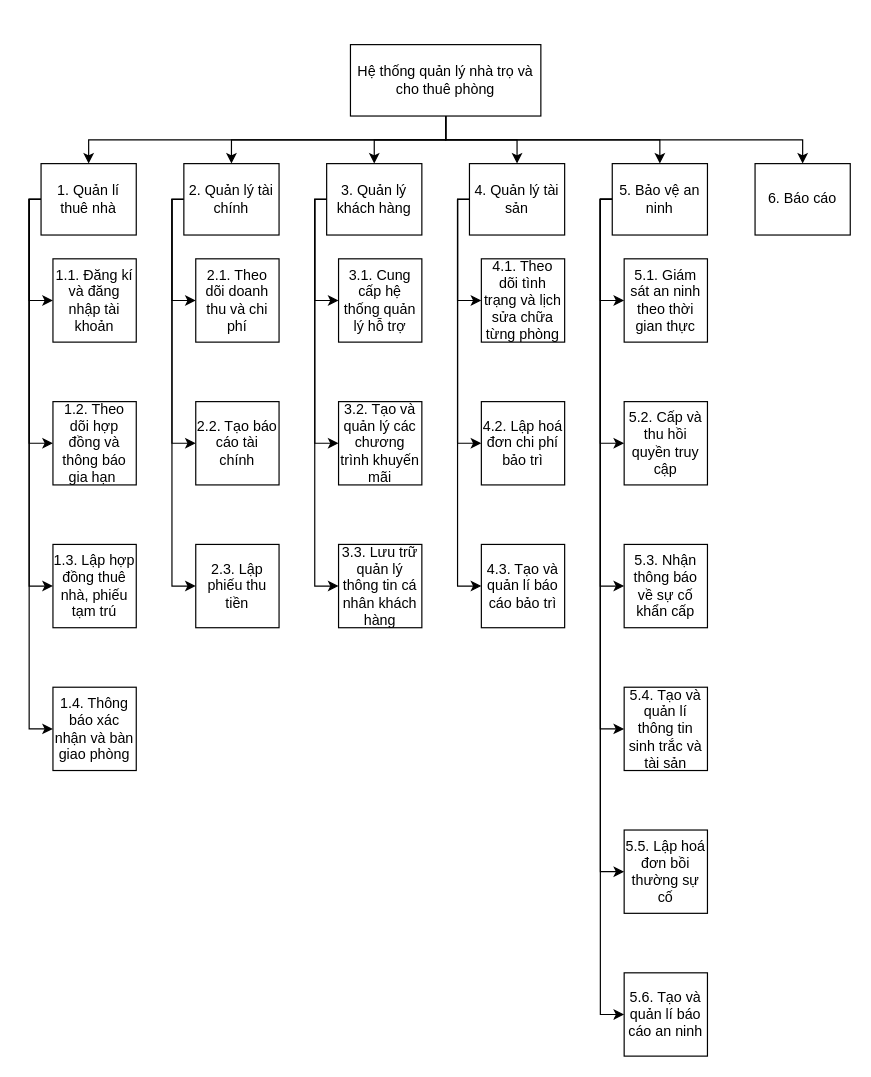
The draw.io diagram Phân tích thiết kế hệ thống/Tuan4_5/draw.io file/PhanRaChucNang.drawio in Nguyeniris123/DH22IT01OU, before the edit. Source tidied: cells renumbered, new cells numbered last; positions are measured from the earlier drawing's top-left corner, leaving out a move shared by most shapes. Both pictures are drawn from the tidied source at 119%, with x=0, y=0 at pixel (29, 44).
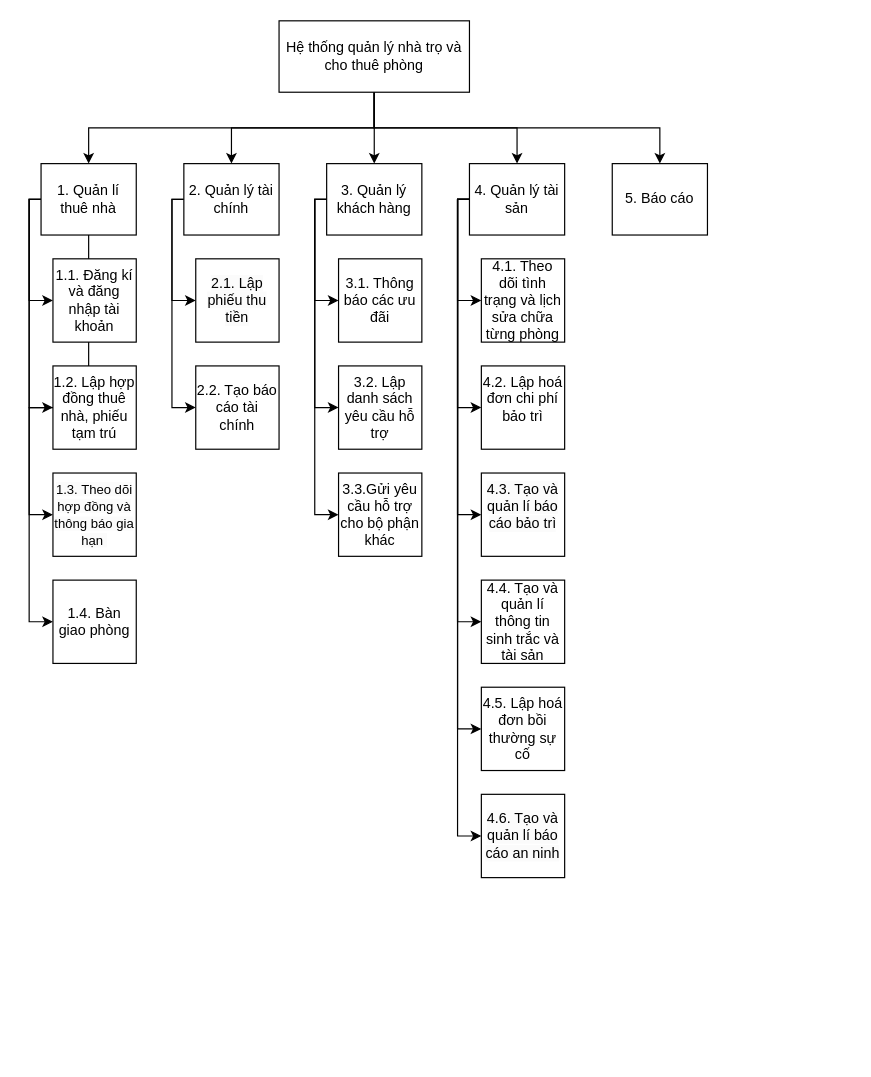
After the change.

Unchanged cells that the change refers to:
```xml
<mxCell id="12" value="3. Quản lý khách hàng" style="rounded=0;whiteSpace=wrap;html=1;" parent="1" vertex="1">
  <mxGeometry x="250" y="100" width="80" height="60" as="geometry" />
</mxCell>
<mxCell id="16" value="2. Quản lý tài chính" style="rounded=0;whiteSpace=wrap;html=1;" parent="1" vertex="1">
  <mxGeometry x="130" y="100" width="80" height="60" as="geometry" />
</mxCell>
<mxCell id="28" value="1. Quản lí thuê nhà" style="rounded=0;whiteSpace=wrap;html=1;" parent="1" vertex="1">
  <mxGeometry x="10" y="100" width="80" height="60" as="geometry" />
</mxCell>
<mxCell id="33" value="4. Quản lý tài sản" style="rounded=0;whiteSpace=wrap;html=1;" parent="1" vertex="1">
  <mxGeometry x="370" y="100" width="80" height="60" as="geometry" />
</mxCell>
```

The edit, as a diff of the source:
```diff
@@
-    <mxCell id="2" style="edgeStyle=orthogonalEdgeStyle;rounded=0;jettySize=auto;html=1;entryX=0.5;entryY=0;entryDx=0;entryDy=0;" parent="1" edge="1" source="8" target="28">
-      <mxGeometry relative="1" as="geometry">
-        <Array as="points">
-          <mxPoint x="350" y="80" />
-          <mxPoint x="50" y="80" />
-        </Array>
-      </mxGeometry>
-    </mxCell>
-    <mxCell id="3" style="edgeStyle=orthogonalEdgeStyle;rounded=0;jettySize=auto;html=1;entryX=0.5;entryY=0;entryDx=0;entryDy=0;" parent="1" edge="1" source="8" target="16">
-      <mxGeometry relative="1" as="geometry">
-        <Array as="points">
-          <mxPoint x="350" y="80" />
-          <mxPoint x="170" y="80" />
-        </Array>
-      </mxGeometry>
-    </mxCell>
@@
+    <mxCell id="3" style="edgeStyle=orthogonalEdgeStyle;rounded=0;jettySize=auto;html=1;entryX=0.5;entryY=0;entryDx=0;entryDy=0;" parent="1" edge="1" source="8" target="16">
+      <mxGeometry relative="1" as="geometry" />
+    </mxCell>
     <mxCell id="6" style="edgeStyle=orthogonalEdgeStyle;rounded=0;jettySize=auto;html=1;entryX=0.5;entryY=0;entryDx=0;entryDy=0;" parent="1" edge="1" source="8" target="23">
       <mxGeometry relative="1" as="geometry">
         <Array as="points">
-          <mxPoint x="350" y="80" />
-          <mxPoint x="530" y="80" />
+          <mxPoint x="290" y="70" />
+          <mxPoint x="530" y="70" />
         </Array>
       </mxGeometry>
     </mxCell>
-    <mxCell id="7" style="edgeStyle=orthogonalEdgeStyle;rounded=0;jettySize=auto;html=1;" parent="1" edge="1" source="8" target="29">
-      <mxGeometry relative="1" as="geometry">
-        <Array as="points">
-          <mxPoint x="350" y="80" />
-          <mxPoint x="650" y="80" />
-        </Array>
-      </mxGeometry>
-    </mxCell>
+    <mxCell id="2" style="edgeStyle=orthogonalEdgeStyle;rounded=0;jettySize=auto;html=1;entryX=0.5;entryY=0;entryDx=0;entryDy=0;" parent="1" edge="1" source="8" target="28">
+      <mxGeometry relative="1" as="geometry">
+        <Array as="points">
+          <mxPoint x="290" y="70" />
+          <mxPoint x="50" y="70" />
+        </Array>
+      </mxGeometry>
+    </mxCell>
     <mxCell id="8" value="Hệ thống quản lý nhà trọ và cho thuê phòng" style="rounded=0;whiteSpace=wrap;html=1;" parent="1" vertex="1">
-      <mxGeometry x="270" width="160" height="60" as="geometry" />
+      <mxGeometry x="210" y="-20" width="160" height="60" as="geometry" />
     </mxCell>
@@
     <mxCell id="10" style="edgeStyle=orthogonalEdgeStyle;rounded=0;jettySize=auto;html=1;entryX=0;entryY=0.5;entryDx=0;entryDy=0;" parent="1" edge="1" source="12" target="42">
       <mxGeometry relative="1" as="geometry">
         <Array as="points">
           <mxPoint x="240" y="130" />
-          <mxPoint x="240" y="335" />
+          <mxPoint x="240" y="305" />
         </Array>
       </mxGeometry>
     </mxCell>
-    <mxCell id="11" style="edgeStyle=orthogonalEdgeStyle;rounded=0;jettySize=auto;html=1;entryX=0;entryY=0.5;entryDx=0;entryDy=0;" parent="1" edge="1" source="12" target="41">
-      <mxGeometry relative="1" as="geometry">
-        <Array as="points">
-          <mxPoint x="240" y="130" />
-          <mxPoint x="240" y="455" />
-        </Array>
-      </mxGeometry>
-    </mxCell>
+    <mxCell id="53" style="edgeStyle=orthogonalEdgeStyle;rounded=0;jettySize=auto;html=1;entryX=0;entryY=0.5;entryDx=0;entryDy=0;" parent="1" edge="1" source="12" target="59">
+      <mxGeometry relative="1" as="geometry">
+        <Array as="points">
+          <mxPoint x="240" y="130" />
+          <mxPoint x="240" y="395" />
+        </Array>
+      </mxGeometry>
+    </mxCell>
@@
     <mxCell id="14" style="edgeStyle=orthogonalEdgeStyle;rounded=0;jettySize=auto;html=1;entryX=0;entryY=0.5;entryDx=0;entryDy=0;" parent="1" edge="1" source="16" target="39">
       <mxGeometry relative="1" as="geometry">
         <Array as="points">
           <mxPoint x="120" y="130" />
-          <mxPoint x="120" y="335" />
+          <mxPoint x="120" y="305" />
         </Array>
       </mxGeometry>
     </mxCell>
-    <mxCell id="15" style="edgeStyle=orthogonalEdgeStyle;rounded=0;jettySize=auto;html=1;entryX=0;entryY=0.5;entryDx=0;entryDy=0;" parent="1" edge="1" source="16" target="38">
-      <mxGeometry relative="1" as="geometry">
-        <Array as="points">
-          <mxPoint x="120" y="130" />
-          <mxPoint x="120" y="455" />
-        </Array>
-      </mxGeometry>
-    </mxCell>
@@
-    <mxCell id="17" style="edgeStyle=orthogonalEdgeStyle;rounded=0;jettySize=auto;html=1;entryX=0;entryY=0.5;entryDx=0;entryDy=0;" parent="1" edge="1" source="23" target="52">
-      <mxGeometry relative="1" as="geometry">
-        <Array as="points">
-          <mxPoint x="480" y="130" />
-          <mxPoint x="480" y="215" />
-        </Array>
-      </mxGeometry>
-    </mxCell>
-    <mxCell id="18" style="edgeStyle=orthogonalEdgeStyle;rounded=0;jettySize=auto;html=1;entryX=0;entryY=0.5;entryDx=0;entryDy=0;" parent="1" edge="1" source="23" target="51">
-      <mxGeometry relative="1" as="geometry">
-        <Array as="points">
-          <mxPoint x="480" y="130" />
-          <mxPoint x="480" y="335" />
-        </Array>
-      </mxGeometry>
-    </mxCell>
-    <mxCell id="19" style="edgeStyle=orthogonalEdgeStyle;rounded=0;jettySize=auto;html=1;entryX=0;entryY=0.5;entryDx=0;entryDy=0;" parent="1" edge="1" source="23" target="50">
-      <mxGeometry relative="1" as="geometry">
-        <Array as="points">
-          <mxPoint x="480" y="130" />
-          <mxPoint x="480" y="455" />
-        </Array>
-      </mxGeometry>
-    </mxCell>
-    <mxCell id="20" style="edgeStyle=orthogonalEdgeStyle;rounded=0;jettySize=auto;html=1;entryX=0;entryY=0.5;entryDx=0;entryDy=0;" parent="1" edge="1" source="23" target="49">
-      <mxGeometry relative="1" as="geometry">
-        <Array as="points">
-          <mxPoint x="480" y="130" />
-          <mxPoint x="480" y="575" />
-        </Array>
-      </mxGeometry>
-    </mxCell>
-    <mxCell id="21" style="edgeStyle=orthogonalEdgeStyle;rounded=0;jettySize=auto;html=1;entryX=0;entryY=0.5;entryDx=0;entryDy=0;" parent="1" edge="1" source="23" target="48">
-      <mxGeometry relative="1" as="geometry">
-        <Array as="points">
-          <mxPoint x="480" y="130" />
-          <mxPoint x="480" y="695" />
-        </Array>
-      </mxGeometry>
-    </mxCell>
-    <mxCell id="22" style="edgeStyle=orthogonalEdgeStyle;rounded=0;jettySize=auto;html=1;entryX=0;entryY=0.5;entryDx=0;entryDy=0;" parent="1" edge="1" source="23" target="47">
-      <mxGeometry relative="1" as="geometry">
-        <Array as="points">
-          <mxPoint x="480" y="130" />
-          <mxPoint x="480" y="815" />
-        </Array>
-      </mxGeometry>
-    </mxCell>
-    <mxCell id="23" value="5. Bảo vệ an ninh" style="rounded=0;whiteSpace=wrap;html=1;" parent="1" vertex="1">
+    <mxCell id="23" value="5. Báo cáo" style="rounded=0;whiteSpace=wrap;html=1;" parent="1" vertex="1">
       <mxGeometry x="490" y="100" width="80" height="60" as="geometry" />
     </mxCell>
@@
     <mxCell id="25" style="edgeStyle=orthogonalEdgeStyle;rounded=0;jettySize=auto;html=1;entryX=0;entryY=0.5;entryDx=0;entryDy=0;" parent="1" edge="1" source="28" target="35">
       <mxGeometry relative="1" as="geometry">
         <Array as="points">
           <mxPoint y="130" />
-          <mxPoint y="335" />
+          <mxPoint y="305" />
         </Array>
       </mxGeometry>
     </mxCell>
     <mxCell id="26" style="edgeStyle=orthogonalEdgeStyle;rounded=0;jettySize=auto;html=1;entryX=0;entryY=0.5;entryDx=0;entryDy=0;" parent="1" edge="1" source="28" target="36">
       <mxGeometry relative="1" as="geometry">
         <Array as="points">
           <mxPoint y="130" />
-          <mxPoint y="455" />
+          <mxPoint y="395" />
         </Array>
       </mxGeometry>
     </mxCell>
-    <mxCell id="27" style="edgeStyle=orthogonalEdgeStyle;rounded=0;jettySize=auto;html=1;entryX=0;entryY=0.5;entryDx=0;entryDy=0;" parent="1" edge="1" source="28" target="37">
-      <mxGeometry relative="1" as="geometry">
-        <Array as="points">
-          <mxPoint y="130" />
-          <mxPoint y="575" />
-        </Array>
-      </mxGeometry>
-    </mxCell>
+    <mxCell id="54" style="edgeStyle=orthogonalEdgeStyle;rounded=0;jettySize=auto;html=1;entryX=0;entryY=0.5;entryDx=0;entryDy=0;" parent="1" edge="1" source="28" target="58">
+      <mxGeometry relative="1" as="geometry" />
+    </mxCell>
@@
-    <mxCell id="29" value="6. Báo cáo" style="rounded=0;whiteSpace=wrap;html=1;" parent="1" vertex="1">
-      <mxGeometry x="610" y="100" width="80" height="60" as="geometry" />
-    </mxCell>
@@
     <mxCell id="31" style="edgeStyle=orthogonalEdgeStyle;rounded=0;jettySize=auto;html=1;entryX=0;entryY=0.5;entryDx=0;entryDy=0;" parent="1" edge="1" source="33" target="45">
       <mxGeometry relative="1" as="geometry">
         <Array as="points">
           <mxPoint x="360" y="130" />
-          <mxPoint x="360" y="335" />
+          <mxPoint x="360" y="305" />
         </Array>
       </mxGeometry>
     </mxCell>
     <mxCell id="32" style="edgeStyle=orthogonalEdgeStyle;rounded=0;jettySize=auto;html=1;entryX=0;entryY=0.5;entryDx=0;entryDy=0;" parent="1" edge="1" source="33" target="44">
       <mxGeometry relative="1" as="geometry">
         <Array as="points">
           <mxPoint x="360" y="130" />
-          <mxPoint x="360" y="455" />
+          <mxPoint x="360" y="395" />
         </Array>
       </mxGeometry>
     </mxCell>
+    <mxCell id="55" style="edgeStyle=orthogonalEdgeStyle;rounded=0;jettySize=auto;html=1;entryX=0;entryY=0.5;entryDx=0;entryDy=0;" parent="1" edge="1" source="33" target="49">
+      <mxGeometry relative="1" as="geometry">
+        <Array as="points">
+          <mxPoint x="360" y="130" />
+          <mxPoint x="360" y="485" />
+        </Array>
+      </mxGeometry>
+    </mxCell>
+    <mxCell id="56" style="edgeStyle=orthogonalEdgeStyle;rounded=0;jettySize=auto;html=1;entryX=0;entryY=0.5;entryDx=0;entryDy=0;" parent="1" edge="1" source="33" target="47">
+      <mxGeometry relative="1" as="geometry">
+        <Array as="points">
+          <mxPoint x="360" y="130" />
+          <mxPoint x="360" y="575" />
+        </Array>
+      </mxGeometry>
+    </mxCell>
+    <mxCell id="57" style="edgeStyle=orthogonalEdgeStyle;rounded=0;jettySize=auto;html=1;entryX=0;entryY=0.5;entryDx=0;entryDy=0;" parent="1" edge="1" source="33" target="48">
+      <mxGeometry relative="1" as="geometry">
+        <Array as="points">
+          <mxPoint x="360" y="130" />
+          <mxPoint x="360" y="665" />
+        </Array>
+      </mxGeometry>
+    </mxCell>
@@
-    <mxCell id="35" value="1.2. Theo dõi hợp đồng và thông báo gia hạn&amp;nbsp;" style="whiteSpace=wrap;html=1;" parent="1" vertex="1">
-      <mxGeometry x="20" y="300" width="70" height="70" as="geometry" />
+    <mxCell id="35" value="1.2. Lập hợp đồng thuê nhà, phiếu tạm trú" style="whiteSpace=wrap;html=1;" parent="1" vertex="1">
+      <mxGeometry x="20" y="270" width="70" height="70" as="geometry" />
     </mxCell>
-    <mxCell id="36" value="1.3. Lập hợp đồng thuê nhà, phiếu tạm trú" style="whiteSpace=wrap;html=1;" parent="1" vertex="1">
-      <mxGeometry x="20" y="420" width="70" height="70" as="geometry" />
+    <mxCell id="36" value="&lt;font style=&quot;font-size: 11px;&quot;&gt;&lt;br&gt;&lt;span style=&quot;color: rgb(0, 0, 0); font-family: Helvetica; font-style: normal; font-variant-ligatures: normal; font-variant-caps: normal; font-weight: 400; letter-spacing: normal; orphans: 2; text-align: center; text-indent: 0px; text-transform: none; widows: 2; word-spacing: 0px; -webkit-text-stroke-width: 0px; white-space: normal; background-color: rgb(251, 251, 251); text-decoration-thickness: initial; text-decoration-style: initial; text-decoration-color: initial; float: none; display: inline !important;&quot;&gt;1.3. Theo dõi hợp đồng và thông báo gia hạn&amp;nbsp;&lt;/span&gt;&lt;/font&gt;&lt;div&gt;&lt;br&gt;&lt;/div&gt;" style="whiteSpace=wrap;html=1;" parent="1" vertex="1">
+      <mxGeometry x="20" y="360" width="70" height="70" as="geometry" />
     </mxCell>
-    <mxCell id="37" value="1.4. Thông báo xác nhận và bàn giao phòng" style="whiteSpace=wrap;html=1;" parent="1" vertex="1">
-      <mxGeometry x="20" y="540" width="70" height="70" as="geometry" />
-    </mxCell>
-    <mxCell id="38" value="2.3. Lập phiếu thu tiền" style="whiteSpace=wrap;html=1;" parent="1" vertex="1">
-      <mxGeometry x="140" y="420" width="70" height="70" as="geometry" />
-    </mxCell>
     <mxCell id="39" value="2.2. Tạo báo cáo tài chính" style="whiteSpace=wrap;html=1;" parent="1" vertex="1">
-      <mxGeometry x="140" y="300" width="70" height="70" as="geometry" />
+      <mxGeometry x="140" y="270" width="70" height="70" as="geometry" />
     </mxCell>
-    <mxCell id="40" value="2.1. Theo dõi doanh thu và chi phí" style="whiteSpace=wrap;html=1;" parent="1" vertex="1">
+    <mxCell id="40" value="&lt;br&gt;&lt;span style=&quot;color: rgb(0, 0, 0); font-family: Helvetica; font-size: 12px; font-style: normal; font-variant-ligatures: normal; font-variant-caps: normal; font-weight: 400; letter-spacing: normal; orphans: 2; text-align: center; text-indent: 0px; text-transform: none; widows: 2; word-spacing: 0px; -webkit-text-stroke-width: 0px; white-space: normal; background-color: rgb(251, 251, 251); text-decoration-thickness: initial; text-decoration-style: initial; text-decoration-color: initial; display: inline !important; float: none;&quot;&gt;2.1. Lập phiếu thu tiền&lt;/span&gt;&lt;div&gt;&lt;br/&gt;&lt;/div&gt;" style="whiteSpace=wrap;html=1;" parent="1" vertex="1">
       <mxGeometry x="140" y="180" width="70" height="70" as="geometry" />
     </mxCell>
-    <mxCell id="41" value="3.3. Lưu trữ quản lý thông tin cá nhân khách hàng" style="whiteSpace=wrap;html=1;" parent="1" vertex="1">
-      <mxGeometry x="260" y="420" width="70" height="70" as="geometry" />
-    </mxCell>
-    <mxCell id="42" value="3.2. Tạo và quản lý các chương trình khuyến mãi" style="whiteSpace=wrap;html=1;" parent="1" vertex="1">
-      <mxGeometry x="260" y="300" width="70" height="70" as="geometry" />
+    <mxCell id="42" value="3.2. Lập danh sách yêu cầu hỗ trợ" style="whiteSpace=wrap;html=1;" parent="1" vertex="1">
+      <mxGeometry x="260" y="270" width="70" height="70" as="geometry" />
     </mxCell>
-    <mxCell id="43" value="3.1. Cung cấp hệ thống quản lý hỗ trợ" style="whiteSpace=wrap;html=1;" parent="1" vertex="1">
+    <mxCell id="43" value="3.1. Thông báo các ưu đãi" style="whiteSpace=wrap;html=1;" parent="1" vertex="1">
       <mxGeometry x="260" y="180" width="70" height="70" as="geometry" />
     </mxCell>
-    <mxCell id="44" value="4.3. Tạo và quản lí báo cáo bảo trì" style="whiteSpace=wrap;html=1;" parent="1" vertex="1">
-      <mxGeometry x="380" y="420" width="70" height="70" as="geometry" />
+    <mxCell id="44" value="&lt;br&gt;&lt;br style=&quot;forced-color-adjust: none;&quot;&gt;&lt;span style=&quot;forced-color-adjust: none; color: rgb(0, 0, 0); font-family: Helvetica; font-size: 12px; font-style: normal; font-variant-ligatures: normal; font-variant-caps: normal; font-weight: 400; letter-spacing: normal; orphans: 2; text-align: center; text-indent: 0px; text-transform: none; widows: 2; word-spacing: 0px; -webkit-text-stroke-width: 0px; white-space: normal; background-color: rgb(251, 251, 251); text-decoration-thickness: initial; text-decoration-style: initial; text-decoration-color: initial; float: none; display: inline !important;&quot;&gt;4.3. Tạo và quản lí báo cáo bảo trì&lt;/span&gt;&lt;div style=&quot;forced-color-adjust: none;&quot;&gt;&lt;br style=&quot;forced-color-adjust: none; color: rgb(0, 0, 0); font-family: Helvetica; font-size: 12px; font-style: normal; font-variant-ligatures: normal; font-variant-caps: normal; font-weight: 400; letter-spacing: normal; orphans: 2; text-align: center; text-indent: 0px; text-transform: none; widows: 2; word-spacing: 0px; -webkit-text-stroke-width: 0px; white-space: normal; background-color: rgb(251, 251, 251); text-decoration-thickness: initial; text-decoration-style: initial; text-decoration-color: initial;&quot;&gt;&lt;br&gt;&lt;br&gt;&lt;/div&gt;" style="whiteSpace=wrap;html=1;" parent="1" vertex="1">
+      <mxGeometry x="380" y="360" width="70" height="70" as="geometry" />
     </mxCell>
-    <mxCell id="45" value="4.2. Lập hoá đơn chi phí bảo trì" style="whiteSpace=wrap;html=1;" parent="1" vertex="1">
-      <mxGeometry x="380" y="300" width="70" height="70" as="geometry" />
+    <mxCell id="45" value="&lt;div&gt;&lt;br style=&quot;text-align: left;&quot;&gt;4.2. Lập hoá đơn chi phí bảo trì&lt;div style=&quot;text-align: left;&quot;&gt;&lt;br style=&quot;text-align: center;&quot;&gt;&lt;br&gt;&lt;/div&gt;&lt;/div&gt;" style="whiteSpace=wrap;html=1;" parent="1" vertex="1">
+      <mxGeometry x="380" y="270" width="70" height="70" as="geometry" />
     </mxCell>
@@
-    <mxCell id="47" value="5.6. Tạo và quản lí báo cáo an ninh" style="whiteSpace=wrap;html=1;" parent="1" vertex="1">
-      <mxGeometry x="500" y="780" width="70" height="70" as="geometry" />
+    <mxCell id="47" value="4.5. Lập hoá đơn bồi thường sự cố" style="whiteSpace=wrap;html=1;" parent="1" vertex="1">
+      <mxGeometry x="380" y="540" width="70" height="70" as="geometry" />
     </mxCell>
-    <mxCell id="48" value="5.5. Lập hoá đơn bồi thường sự cố" style="whiteSpace=wrap;html=1;" parent="1" vertex="1">
-      <mxGeometry x="500" y="660" width="70" height="70" as="geometry" />
+    <mxCell id="48" value="&lt;br&gt;&lt;span style=&quot;color: rgb(0, 0, 0); font-family: Helvetica; font-size: 12px; font-style: normal; font-variant-ligatures: normal; font-variant-caps: normal; font-weight: 400; letter-spacing: normal; orphans: 2; text-align: center; text-indent: 0px; text-transform: none; widows: 2; word-spacing: 0px; -webkit-text-stroke-width: 0px; white-space: normal; background-color: rgb(251, 251, 251); text-decoration-thickness: initial; text-decoration-style: initial; text-decoration-color: initial; display: inline !important; float: none;&quot;&gt;4.6. Tạo và quản lí báo cáo an ninh&lt;/span&gt;&lt;div&gt;&lt;br/&gt;&lt;/div&gt;" style="whiteSpace=wrap;html=1;" parent="1" vertex="1">
+      <mxGeometry x="380" y="630" width="70" height="70" as="geometry" />
     </mxCell>
-    <mxCell id="49" value="5.4. Tạo và quản lí thông tin sinh trắc và tài sản" style="whiteSpace=wrap;html=1;" parent="1" vertex="1">
-      <mxGeometry x="500" y="540" width="70" height="70" as="geometry" />
+    <mxCell id="49" value="4.4. Tạo và quản lí thông tin sinh trắc và tài sản" style="whiteSpace=wrap;html=1;" parent="1" vertex="1">
+      <mxGeometry x="380" y="450" width="70" height="70" as="geometry" />
     </mxCell>
-    <mxCell id="50" value="5.3. Nhận thông báo về sự cố khẩn cấp" style="whiteSpace=wrap;html=1;" parent="1" vertex="1">
-      <mxGeometry x="500" y="420" width="70" height="70" as="geometry" />
-    </mxCell>
-    <mxCell id="51" value="5.2. Cấp và thu hồi quyền truy cập" style="whiteSpace=wrap;html=1;" parent="1" vertex="1">
-      <mxGeometry x="500" y="300" width="70" height="70" as="geometry" />
-    </mxCell>
-    <mxCell id="52" value="5.1. Giám sát an ninh theo thời gian thực" style="whiteSpace=wrap;html=1;" parent="1" vertex="1">
-      <mxGeometry x="500" y="180" width="70" height="70" as="geometry" />
-    </mxCell>
+    <mxCell id="58" value="1.4. Bàn giao phòng" style="whiteSpace=wrap;html=1;" parent="1" vertex="1">
+      <mxGeometry x="20" y="450" width="70" height="70" as="geometry" />
+    </mxCell>
+    <mxCell id="59" value="3.3.Gửi yêu cầu hỗ trợ cho bộ phận khác" style="whiteSpace=wrap;html=1;" parent="1" vertex="1">
+      <mxGeometry x="260" y="360" width="70" height="70" as="geometry" />
+    </mxCell>
```
